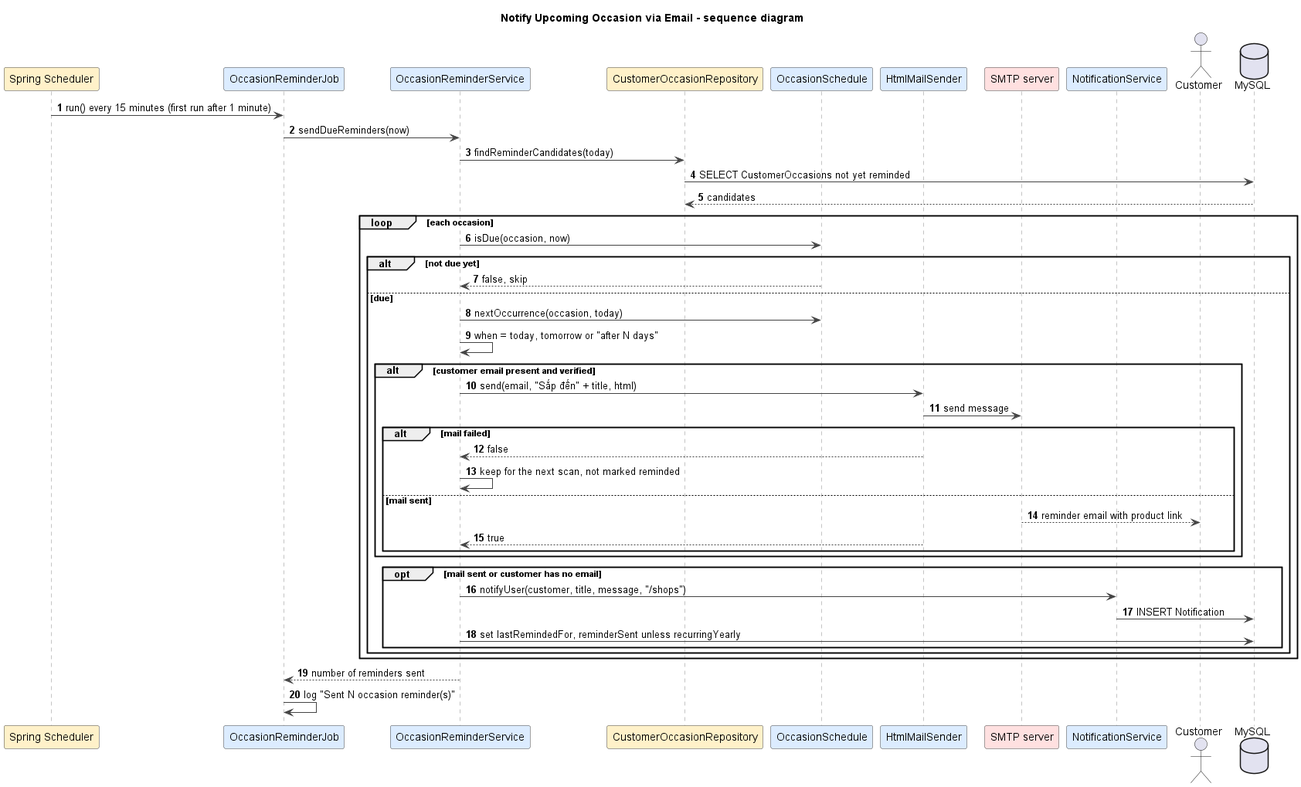
The PlantUML diagram docs/diagrams/09-notify-upcoming-occasion-sequence.png in duckpao/FlowerShop_SWP391, before a commit. Its diagram source:
```plantuml
@startuml
title Notify Upcoming Occasion via Email - sequence diagram
autonumber
skinparam shadowing false
skinparam defaultFontName Arial
skinparam wrapWidth 240
skinparam ArrowColor #444444
skinparam sequenceMessageAlign left
skinparam sequence {
  LifeLineBorderColor #888888
  ParticipantBorderColor #444444
  ParticipantBackgroundColor #FFFFFF
}

participant "Spring Scheduler" as T #FFF1C9
participant OccasionReminderJob as J #DCECFF
participant OccasionReminderService as S #DCECFF
participant CustomerOccasionRepository as R #FFF1C9
participant OccasionSchedule as SC #DCECFF
participant HtmlMailSender as H #DCECFF
participant "SMTP server" as SMTP #FFE0E0
participant NotificationService as N #DCECFF
actor Customer
database MySQL

T -> J : run() every 15 minutes (first run after 1 minute)
J -> S : sendDueReminders(now)
S -> R : findReminderCandidates(today)
R -> MySQL : SELECT CustomerOccasions not yet reminded
MySQL --> R : candidates
loop each occasion
  S -> SC : isDue(occasion, now)
  alt not due yet
    SC --> S : false, skip
  else due
    S -> SC : nextOccurrence(occasion, today)
    S -> S : when = today, tomorrow or "after N days"
    alt customer email present and verified
      S -> H : send(email, "Sắp đến" + title, html)
      H -> SMTP : send message
      alt mail failed
        H --> S : false
        S -> S : keep for the next scan, not marked reminded
      else mail sent
        SMTP --> Customer : reminder email with product link
        H --> S : true
      end
    end
    opt mail sent or customer has no email
      S -> N : notifyUser(customer, title, message, "/shops")
      N -> MySQL : INSERT Notification
      S -> MySQL : set lastRemindedFor, reminderSent unless recurringYearly
    end
  end
end
S --> J : number of reminders sent
J -> J : log "Sent N occasion reminder(s)"

@enduml
```
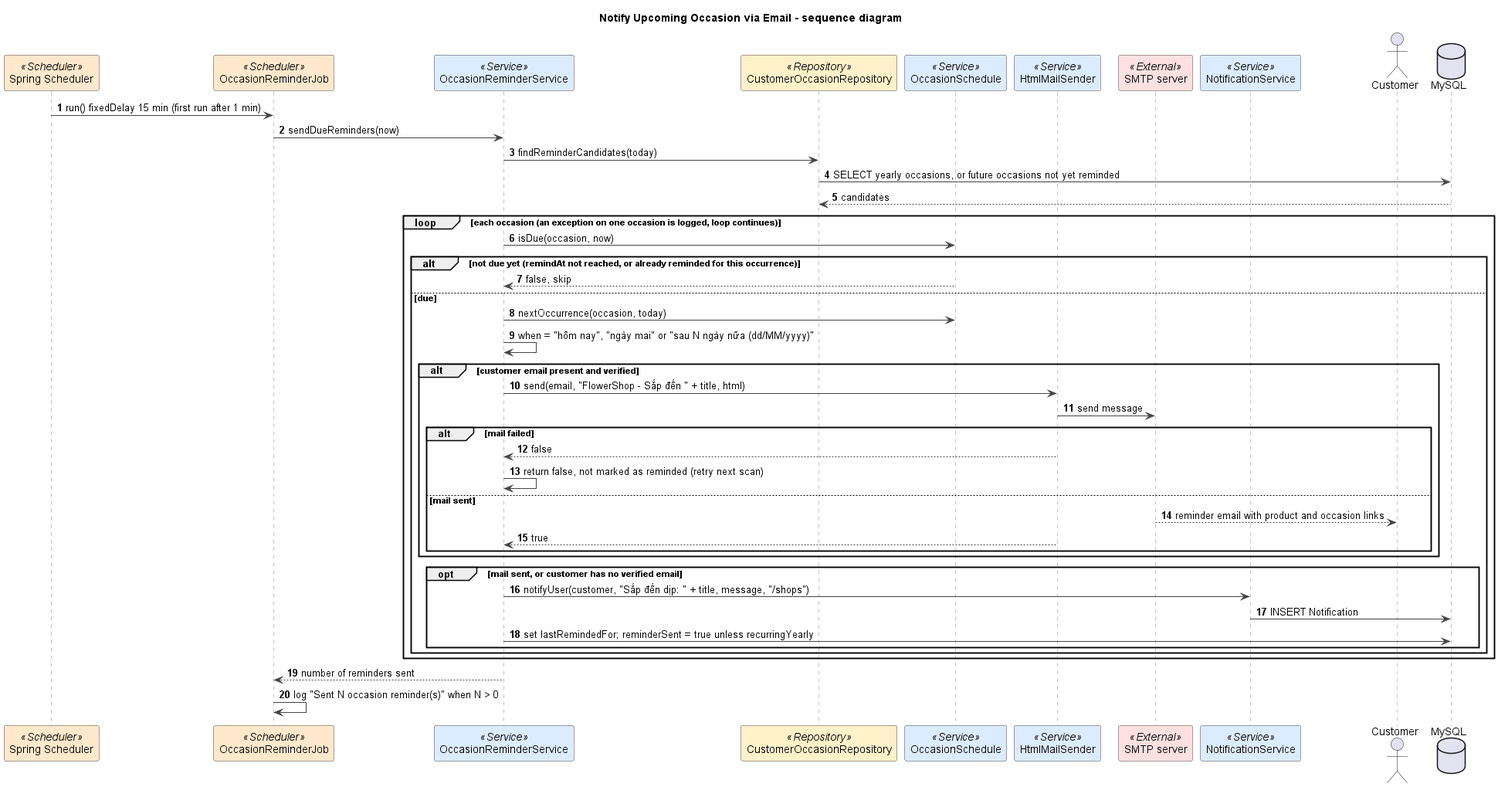
After the commit.

Diff of the diagram source:
```diff
@@ -12,48 +12,48 @@
   ParticipantBackgroundColor #FFFFFF
 }
 
-participant "Spring Scheduler" as T #FFF1C9
-participant OccasionReminderJob as J #DCECFF
-participant OccasionReminderService as S #DCECFF
-participant CustomerOccasionRepository as R #FFF1C9
-participant OccasionSchedule as SC #DCECFF
-participant HtmlMailSender as H #DCECFF
-participant "SMTP server" as SMTP #FFE0E0
-participant NotificationService as N #DCECFF
+participant "Spring Scheduler" as T <<Scheduler>> #FFE8CC
+participant OccasionReminderJob as J <<Scheduler>> #FFE8CC
+participant OccasionReminderService as S <<Service>> #DCECFF
+participant CustomerOccasionRepository as R <<Repository>> #FFF1C9
+participant OccasionSchedule as SC <<Service>> #DCECFF
+participant HtmlMailSender as H <<Service>> #DCECFF
+participant "SMTP server" as SMTP <<External>> #FFE0E0
+participant NotificationService as N <<Service>> #DCECFF
 actor Customer
 database MySQL
 
-T -> J : run() every 15 minutes (first run after 1 minute)
+T -> J : run() fixedDelay 15 min (first run after 1 min)
 J -> S : sendDueReminders(now)
 S -> R : findReminderCandidates(today)
-R -> MySQL : SELECT CustomerOccasions not yet reminded
+R -> MySQL : SELECT yearly occasions, or future occasions not yet reminded
 MySQL --> R : candidates
-loop each occasion
+loop each occasion (an exception on one occasion is logged, loop continues)
   S -> SC : isDue(occasion, now)
-  alt not due yet
+  alt not due yet (remindAt not reached, or already reminded for this occurrence)
     SC --> S : false, skip
   else due
     S -> SC : nextOccurrence(occasion, today)
-    S -> S : when = today, tomorrow or "after N days"
+    S -> S : when = "hôm nay", "ngày mai" or "sau N ngày nữa (dd/MM/yyyy)"
     alt customer email present and verified
-      S -> H : send(email, "Sắp đến" + title, html)
+      S -> H : send(email, "FlowerShop - Sắp đến " + title, html)
       H -> SMTP : send message
       alt mail failed
         H --> S : false
-        S -> S : keep for the next scan, not marked reminded
+        S -> S : return false, not marked as reminded (retry next scan)
       else mail sent
-        SMTP --> Customer : reminder email with product link
+        SMTP --> Customer : reminder email with product and occasion links
         H --> S : true
       end
     end
-    opt mail sent or customer has no email
-      S -> N : notifyUser(customer, title, message, "/shops")
+    opt mail sent, or customer has no verified email
+      S -> N : notifyUser(customer, "Sắp đến dịp: " + title, message, "/shops")
       N -> MySQL : INSERT Notification
-      S -> MySQL : set lastRemindedFor, reminderSent unless recurringYearly
+      S -> MySQL : set lastRemindedFor; reminderSent = true unless recurringYearly
     end
   end
 end
 S --> J : number of reminders sent
-J -> J : log "Sent N occasion reminder(s)"
+J -> J : log "Sent N occasion reminder(s)" when N > 0
 
 @enduml
```
